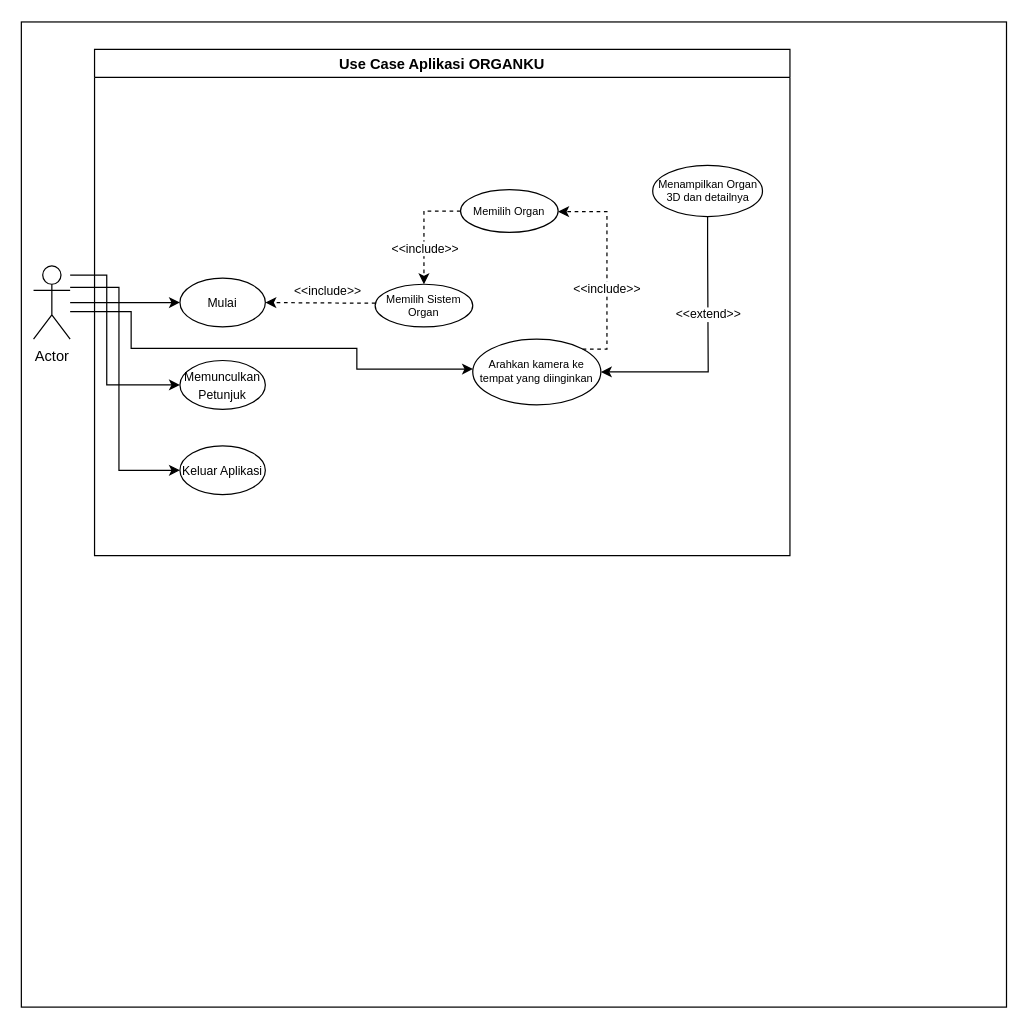
Earlier version of the draw.io diagram page "Page-2" (2 of 6) of Flowchart penelitian.drawio (matakridha/Teori_WEB). Source tidied: cells renumbered, new cells numbered last; positions are measured from the earlier drawing's top-left corner, leaving out a move shared by most shapes. Both pictures are drawn from the tidied source at 122%, with x=0, y=0 at pixel (21, 21).
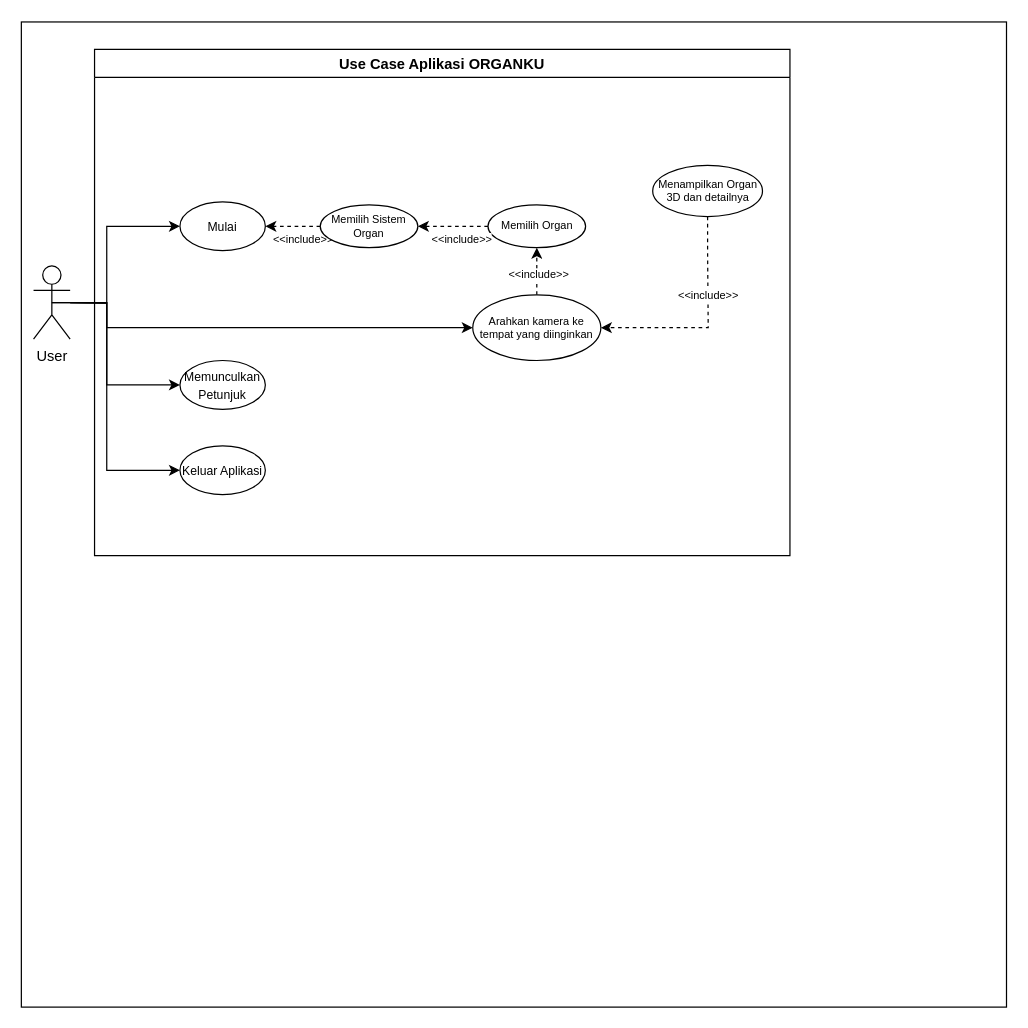
The same page after the edit.

The change refers to these unchanged cells:
```xml
<mxCell id="8" value="Use Case Aplikasi ORGANKU" style="swimlane;" parent="1" vertex="1">
  <mxGeometry x="60" y="23" width="570" height="415" as="geometry" />
</mxCell>
<mxCell id="16" value="&lt;font style=&quot;font-size: 9px&quot;&gt;Menampilkan Organ 3D dan detailnya&lt;/font&gt;" style="ellipse;whiteSpace=wrap;html=1;fontSize=8;" parent="8" vertex="1">
  <mxGeometry x="457.5" y="95" width="90" height="42" as="geometry" />
</mxCell>
<mxCell id="17" value="&lt;font style=&quot;font-size: 10px&quot;&gt;Memunculkan Petunjuk&lt;/font&gt;" style="ellipse;whiteSpace=wrap;html=1;" parent="8" vertex="1">
  <mxGeometry x="70" y="255" width="70" height="40" as="geometry" />
</mxCell>
<mxCell id="23" value="&lt;span style=&quot;font-size: 10px;&quot;&gt;Keluar Aplikasi&lt;/span&gt;" style="ellipse;whiteSpace=wrap;html=1;" parent="1" vertex="1">
  <mxGeometry x="130" y="348" width="70" height="40" as="geometry" />
</mxCell>
```

What changed in the source:
```diff
@@
     <mxCell id="3" style="edgeStyle=orthogonalEdgeStyle;rounded=0;jettySize=auto;html=1;endArrow=classic;endFill=1;" parent="1" edge="1" source="7" target="9">
-      <mxGeometry relative="1" as="geometry" />
+      <mxGeometry relative="1" as="geometry">
+        <Array as="points">
+          <mxPoint x="70" y="231" />
+          <mxPoint x="70" y="168" />
+        </Array>
+      </mxGeometry>
     </mxCell>
-    <mxCell id="4" style="edgeStyle=orthogonalEdgeStyle;rounded=0;jettySize=auto;html=1;entryX=0;entryY=0.5;entryDx=0;entryDy=0;fontSize=10;endArrow=classic;endFill=1;" parent="1" edge="1" target="17">
+    <mxCell id="4" style="edgeStyle=orthogonalEdgeStyle;rounded=0;jettySize=auto;html=1;entryX=0;entryY=0.5;entryDx=0;entryDy=0;fontSize=10;endArrow=classic;endFill=1;exitX=0.5;exitY=0.5;exitDx=0;exitDy=0;exitPerimeter=0;" parent="1" edge="1" source="7" target="17">
       <mxGeometry relative="1" as="geometry">
-        <mxPoint x="40" y="208" as="sourcePoint" />
         <Array as="points">
-          <mxPoint x="70" y="208" />
+          <mxPoint x="40" y="231" />
+          <mxPoint x="70" y="231" />
           <mxPoint x="70" y="298" />
         </Array>
       </mxGeometry>
     </mxCell>
-    <mxCell id="5" style="edgeStyle=orthogonalEdgeStyle;rounded=0;jettySize=auto;html=1;entryX=0;entryY=0.5;entryDx=0;entryDy=0;fontSize=10;endArrow=classic;endFill=1;" parent="1" edge="1" target="23">
+    <mxCell id="5" style="edgeStyle=orthogonalEdgeStyle;rounded=0;jettySize=auto;html=1;entryX=0;entryY=0.5;entryDx=0;entryDy=0;fontSize=10;endArrow=classic;endFill=1;exitX=0.5;exitY=0.5;exitDx=0;exitDy=0;exitPerimeter=0;" parent="1" edge="1" source="7" target="23">
       <mxGeometry relative="1" as="geometry">
-        <mxPoint x="40" y="218" as="sourcePoint" />
         <Array as="points">
-          <mxPoint x="80" y="218" />
-          <mxPoint x="80" y="368" />
+          <mxPoint x="40" y="231" />
+          <mxPoint x="70" y="231" />
+          <mxPoint x="70" y="368" />
         </Array>
       </mxGeometry>
     </mxCell>
-    <mxCell id="6" style="edgeStyle=orthogonalEdgeStyle;rounded=0;jettySize=auto;html=1;fontSize=10;endArrow=classic;endFill=1;" parent="1" edge="1" source="7" target="13">
+    <mxCell id="6" style="edgeStyle=orthogonalEdgeStyle;rounded=0;jettySize=auto;html=1;fontSize=10;endArrow=classic;endFill=1;entryX=0;entryY=0.5;entryDx=0;entryDy=0;" parent="1" edge="1" source="7" target="13">
       <mxGeometry relative="1" as="geometry">
         <Array as="points">
-          <mxPoint x="90" y="238" />
-          <mxPoint x="90" y="268" />
-          <mxPoint x="275" y="268" />
-          <mxPoint x="275" y="285" />
+          <mxPoint x="70" y="231" />
+          <mxPoint x="70" y="251" />
         </Array>
       </mxGeometry>
     </mxCell>
-    <mxCell id="7" value="Actor" style="shape=umlActor;verticalLabelPosition=bottom;verticalAlign=top;html=1;outlineConnect=0;" parent="1" vertex="1">
+    <mxCell id="7" value="User" style="shape=umlActor;verticalLabelPosition=bottom;verticalAlign=top;html=1;outlineConnect=0;" parent="1" vertex="1">
       <mxGeometry x="10" y="200.5" width="30" height="60" as="geometry" />
     </mxCell>
@@
     <mxCell id="9" value="&lt;font style=&quot;font-size: 10px&quot;&gt;Mulai&lt;/font&gt;" style="ellipse;whiteSpace=wrap;html=1;" parent="8" vertex="1">
-      <mxGeometry x="70" y="187.5" width="70" height="40" as="geometry" />
+      <mxGeometry x="70" y="125" width="70" height="40" as="geometry" />
     </mxCell>
-    <mxCell id="10" style="edgeStyle=orthogonalEdgeStyle;rounded=0;jettySize=auto;html=1;entryX=1;entryY=0.5;entryDx=0;entryDy=0;fontSize=10;endArrow=classic;endFill=1;dashed=1;" parent="8" edge="1" source="12" target="9">
+    <mxCell id="10" style="edgeStyle=orthogonalEdgeStyle;rounded=0;jettySize=auto;html=1;entryX=1;entryY=0.5;entryDx=0;entryDy=0;fontSize=10;endArrow=classic;endFill=1;dashed=1;exitX=0;exitY=0.5;exitDx=0;exitDy=0;" parent="8" edge="1" source="12" target="9">
       <mxGeometry relative="1" as="geometry">
         <Array as="points">
-          <mxPoint x="220" y="208" />
-          <mxPoint x="145" y="208" />
+          <mxPoint x="160" y="145" />
+          <mxPoint x="160" y="145" />
         </Array>
       </mxGeometry>
     </mxCell>
-    <mxCell id="11" value="&amp;lt;&amp;lt;include&amp;gt;&amp;gt;" style="edgeLabel;html=1;align=center;verticalAlign=middle;fontSize=10;" parent="10" vertex="1">
+    <mxCell id="11" value="&amp;lt;&amp;lt;include&amp;gt;&amp;gt;" style="edgeLabel;html=1;align=center;verticalAlign=middle;fontSize=9;" parent="10" vertex="1">
       <mxGeometry x="0.36" y="-3" relative="1" as="geometry">
-        <mxPoint x="21" y="-7" as="offset" />
+        <mxPoint x="16" y="13" as="offset" />
       </mxGeometry>
     </mxCell>
     <mxCell id="12" value="Memilih Sistem Organ" style="ellipse;whiteSpace=wrap;html=1;fontSize=9;" parent="8" vertex="1">
-      <mxGeometry x="230" y="192.5" width="80" height="35" as="geometry" />
+      <mxGeometry x="185" y="127.5" width="80" height="35" as="geometry" />
     </mxCell>
+    <mxCell id="21" style="edgeStyle=orthogonalEdgeStyle;rounded=0;jettySize=auto;html=1;dashed=1;" parent="8" edge="1" source="13" target="18">
+      <mxGeometry relative="1" as="geometry" />
+    </mxCell>
+    <mxCell id="22" value="&amp;lt;&amp;lt;include&amp;gt;&amp;gt;" style="edgeLabel;html=1;align=center;verticalAlign=middle;fontSize=9;" parent="21" vertex="1">
+      <mxGeometry x="-0.23" y="-1" relative="1" as="geometry">
+        <mxPoint y="-1" as="offset" />
+      </mxGeometry>
+    </mxCell>
     <mxCell id="13" value="&lt;font style=&quot;font-size: 9px;&quot;&gt;Arahkan kamera ke tempat yang diinginkan&lt;/font&gt;" style="ellipse;whiteSpace=wrap;html=1;fontSize=9;" parent="8" vertex="1">
-      <mxGeometry x="310" y="237.5" width="105" height="53.8" as="geometry" />
+      <mxGeometry x="310" y="201.2" width="105" height="53.8" as="geometry" />
     </mxCell>
-    <mxCell id="14" style="edgeStyle=orthogonalEdgeStyle;rounded=0;jettySize=auto;html=1;fontSize=9;endArrow=classic;endFill=1;" parent="8" edge="1" source="16" target="13">
+    <mxCell id="14" style="edgeStyle=orthogonalEdgeStyle;rounded=0;jettySize=auto;html=1;fontSize=9;endArrow=classic;endFill=1;dashed=1;" parent="8" edge="1" source="16" target="13">
       <mxGeometry relative="1" as="geometry">
         <Array as="points">
           <mxPoint x="503" y="165" />
           <mxPoint x="503" y="165" />
         </Array>
       </mxGeometry>
     </mxCell>
-    <mxCell id="15" value="&amp;lt;&amp;lt;extend&amp;gt;&amp;gt;" style="edgeLabel;html=1;align=center;verticalAlign=middle;fontSize=10;" parent="14" vertex="1">
-      <mxGeometry x="-0.26" relative="1" as="geometry" />
+    <mxCell id="15" value="&amp;lt;&amp;lt;include&amp;gt;&amp;gt;" style="edgeLabel;html=1;align=center;verticalAlign=middle;fontSize=9;" parent="14" vertex="1">
+      <mxGeometry x="-0.26" relative="1" as="geometry">
+        <mxPoint y="-1" as="offset" />
+      </mxGeometry>
     </mxCell>
@@
     <mxCell id="18" value="Memilih Organ" style="ellipse;whiteSpace=wrap;html=1;fontSize=9;" parent="8" vertex="1">
-      <mxGeometry x="300" y="115" width="80" height="35" as="geometry" />
+      <mxGeometry x="322.5" y="127.5" width="80" height="35" as="geometry" />
     </mxCell>
-    <mxCell id="19" style="edgeStyle=orthogonalEdgeStyle;rounded=0;jettySize=auto;html=1;fontSize=10;endArrow=classic;endFill=1;dashed=1;" parent="8" edge="1" source="18" target="12">
-      <mxGeometry relative="1" as="geometry">
-        <Array as="points">
-          <mxPoint x="270" y="133" />
-        </Array>
-      </mxGeometry>
+    <mxCell id="19" style="edgeStyle=orthogonalEdgeStyle;rounded=0;jettySize=auto;html=1;fontSize=10;endArrow=classic;endFill=1;dashed=1;exitX=0;exitY=0.5;exitDx=0;exitDy=0;entryX=1;entryY=0.5;entryDx=0;entryDy=0;" parent="8" edge="1" source="18" target="12">
+      <mxGeometry relative="1" as="geometry" />
     </mxCell>
-    <mxCell id="20" value="&amp;lt;&amp;lt;include&amp;gt;&amp;gt;" style="edgeLabel;html=1;align=center;verticalAlign=middle;fontSize=10;" parent="19" vertex="1">
+    <mxCell id="20" value="&amp;lt;&amp;lt;include&amp;gt;&amp;gt;" style="edgeLabel;html=1;align=center;verticalAlign=middle;fontSize=9;" parent="19" vertex="1">
       <mxGeometry x="0.23" y="1" relative="1" as="geometry">
-        <mxPoint x="-1" y="5" as="offset" />
+        <mxPoint x="13" y="9" as="offset" />
       </mxGeometry>
     </mxCell>
-    <mxCell id="21" style="edgeStyle=orthogonalEdgeStyle;rounded=0;jettySize=auto;html=1;endArrow=classic;endFill=1;exitX=1;exitY=0;exitDx=0;exitDy=0;dashed=1;" parent="8" edge="1" source="13" target="18">
-      <mxGeometry relative="1" as="geometry">
-        <Array as="points">
-          <mxPoint x="420" y="245" />
-          <mxPoint x="420" y="133" />
-        </Array>
-      </mxGeometry>
-    </mxCell>
-    <mxCell id="22" value="&amp;lt;&amp;lt;include&amp;gt;&amp;gt;" style="edgeLabel;html=1;align=center;verticalAlign=middle;fontSize=10;" parent="21" vertex="1">
-      <mxGeometry x="-0.27" y="1" relative="1" as="geometry">
-        <mxPoint y="-7" as="offset" />
-      </mxGeometry>
-    </mxCell>
```
